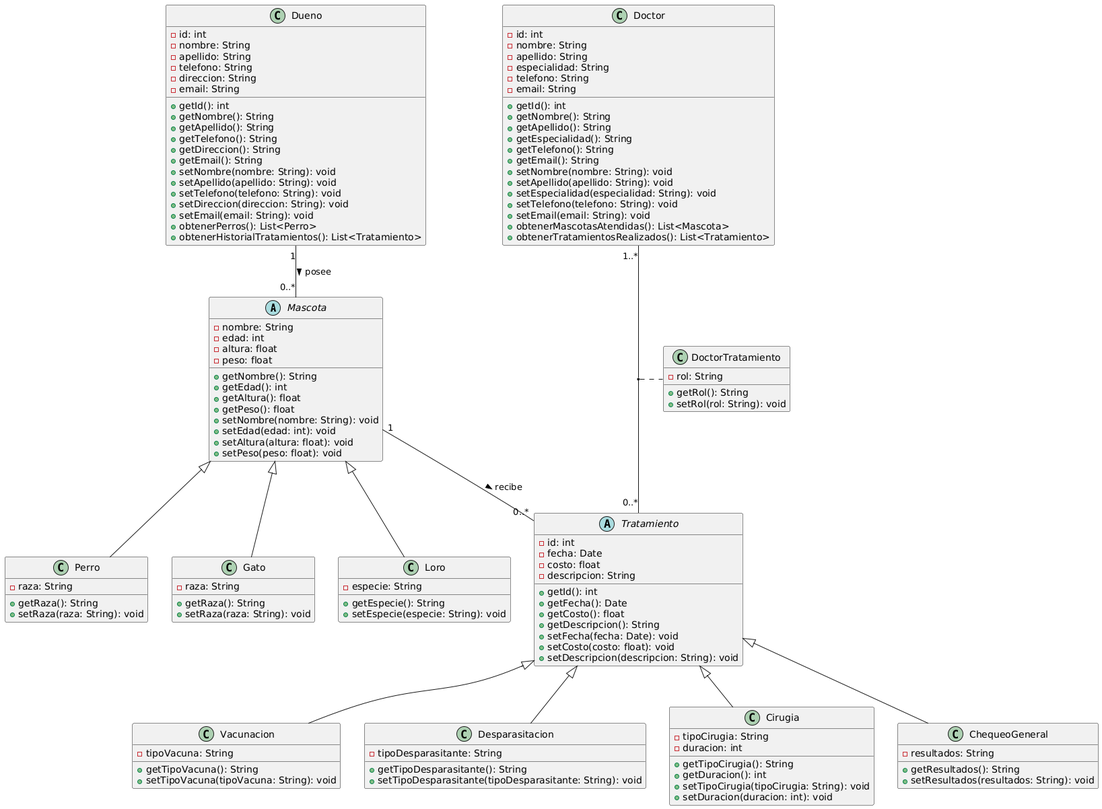
Above: pet_health.png in LofoMarin/java (PlantUML), before the change.
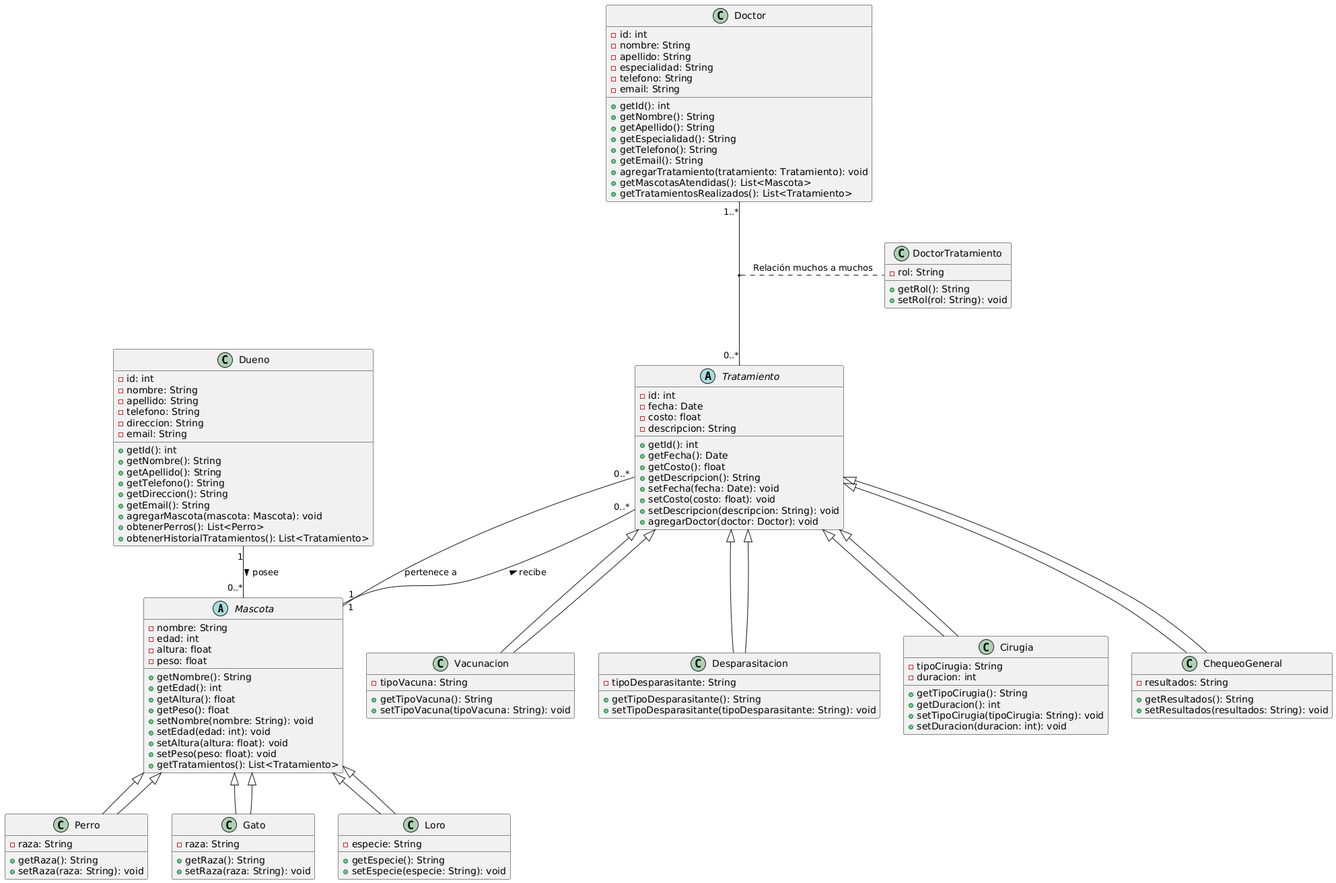
After the commit.

The edit, as a diff of the source:
```diff
@@ -12,21 +12,22 @@
   +setEdad(edad: int): void
   +setAltura(altura: float): void
   +setPeso(peso: float): void
+  +getTratamientos(): List<Tratamiento>
 }
 
-class Perro {
+class Perro extends Mascota {
   -raza: String
   +getRaza(): String
   +setRaza(raza: String): void
 }
 
-class Gato {
+class Gato extends Mascota {
   -raza: String
   +getRaza(): String
   +setRaza(raza: String): void
 }
 
-class Loro {
+class Loro extends Mascota {
   -especie: String
   +getEspecie(): String
   +setEspecie(especie: String): void
@@ -45,11 +46,7 @@
   +getTelefono(): String
   +getDireccion(): String
   +getEmail(): String
-  +setNombre(nombre: String): void
-  +setApellido(apellido: String): void
-  +setTelefono(telefono: String): void
-  +setDireccion(direccion: String): void
-  +setEmail(email: String): void
+  +agregarMascota(mascota: Mascota): void
   +obtenerPerros(): List<Perro>
   +obtenerHistorialTratamientos(): List<Tratamiento>
 }
@@ -67,13 +64,9 @@
   +getEspecialidad(): String
   +getTelefono(): String
   +getEmail(): String
-  +setNombre(nombre: String): void
-  +setApellido(apellido: String): void
-  +setEspecialidad(especialidad: String): void
-  +setTelefono(telefono: String): void
-  +setEmail(email: String): void
-  +obtenerMascotasAtendidas(): List<Mascota>
-  +obtenerTratamientosRealizados(): List<Tratamiento>
+  +agregarTratamiento(tratamiento: Tratamiento): void
+  +getMascotasAtendidas(): List<Mascota>
+  +getTratamientosRealizados(): List<Tratamiento>
 }
 
 abstract class Tratamiento {
@@ -88,21 +81,22 @@
   +setFecha(fecha: Date): void
   +setCosto(costo: float): void
   +setDescripcion(descripcion: String): void
+  +agregarDoctor(doctor: Doctor): void
 }
 
-class Vacunacion {
+class Vacunacion extends Tratamiento {
   -tipoVacuna: String
   +getTipoVacuna(): String
   +setTipoVacuna(tipoVacuna: String): void
 }
 
-class Desparasitacion {
+class Desparasitacion extends Tratamiento {
   -tipoDesparasitante: String
   +getTipoDesparasitante(): String
   +setTipoDesparasitante(tipoDesparasitante: String): void
 }
 
-class Cirugia {
+class Cirugia extends Tratamiento {
   -tipoCirugia: String
   -duracion: int
   +getTipoCirugia(): String
@@ -111,7 +105,7 @@
   +setDuracion(duracion: int): void
 }
 
-class ChequeoGeneral {
+class ChequeoGeneral extends Tratamiento {
   -resultados: String
   +getResultados(): String
   +setResultados(resultados: String): void
@@ -128,14 +122,14 @@
 Mascota <|-- Loro
 
 Dueno "1" -- "0..*" Mascota : posee >
+Mascota "1" -- "0..*" Tratamiento : recibe >
 
 Tratamiento <|-- Vacunacion
 Tratamiento <|-- Desparasitacion
 Tratamiento <|-- Cirugia
 Tratamiento <|-- ChequeoGeneral
 
-Mascota "1" -- "0..*" Tratamiento : recibe >
-
+Tratamiento "0..*" -- "1" Mascota : pertenece a
 Doctor "1..*" -- "0..*" Tratamiento
-(Doctor, Tratamiento) .. DoctorTratamiento
+(Doctor, Tratamiento) .. DoctorTratamiento : Relación muchos a muchos
 @enduml
```
